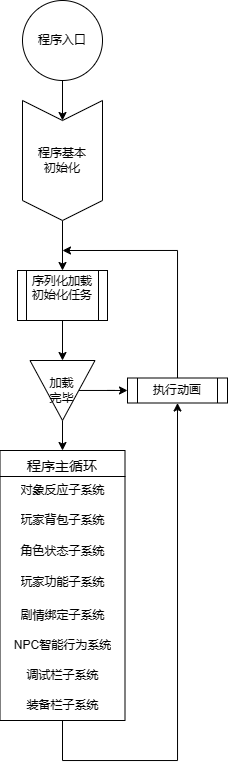
The draw.io diagram 游戏框架/未命名绘图.drawio.png in AliceAuto/-Funcode-, before a commit. Source tidied: cells renumbered, new cells last; positions are measured from the earlier drawing's top-left corner, leaving out a move shared by most shapes.
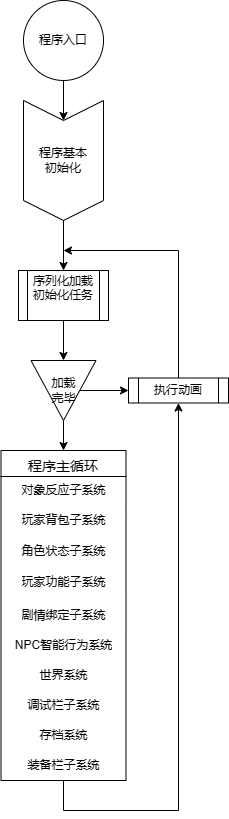
The same diagram one commit later.

Commit message:
更新未命名绘图.drawio.png

The edit, as a diff of the source:
```diff
@@ -17,8 +17,8 @@
     <mxCell id="6" style="edgeStyle=orthogonalEdgeStyle;rounded=0;jettySize=auto;html=1;entryX=0.5;entryY=1;entryDx=0;entryDy=0;exitX=0.5;exitY=1;exitDx=0;exitDy=0;" parent="1" edge="1" source="20" target="9">
       <mxGeometry relative="1" as="geometry">
         <Array as="points">
-          <mxPoint x="62" y="760" />
-          <mxPoint x="177" y="760" />
+          <mxPoint x="62" y="810" />
+          <mxPoint x="177" y="810" />
         </Array>
       </mxGeometry>
     </mxCell>
@@ -45,7 +45,7 @@
       </mxGeometry>
     </mxCell>
     <mxCell id="12" value="程序主循环" style="swimlane;fontStyle=0;horizontal=1;startSize=26;align=center;fontSize=14;spacingTop=4;" parent="1" vertex="1">
-      <mxGeometry x="-0.5" y="450" width="125" height="270" as="geometry" />
+      <mxGeometry x="-0.5" y="450" width="125" height="330" as="geometry" />
     </mxCell>
     <mxCell id="13" value="对象反应子系统" style="text;strokeColor=none;fillColor=none;spacingLeft=4;spacingRight=4;overflow=hidden;fontSize=12;whiteSpace=wrap;html=1;align=center;" parent="12" vertex="1">
       <mxGeometry y="26" width="125" height="30" as="geometry" />
@@ -65,11 +65,17 @@
     <mxCell id="18" value="NPC智能行为系统" style="text;strokeColor=none;fillColor=none;align=center;verticalAlign=middle;spacingLeft=4;spacingRight=4;overflow=hidden;whiteSpace=wrap;html=1;" parent="12" vertex="1">
       <mxGeometry y="180" width="125" height="30" as="geometry" />
     </mxCell>
+    <mxCell id="23" value="世界系统" style="text;html=1;align=center;verticalAlign=middle;whiteSpace=wrap;rounded=0;spacingRight=4;spacingLeft=4;" parent="12" vertex="1">
+      <mxGeometry y="210" width="125" height="30" as="geometry" />
+    </mxCell>
     <mxCell id="19" value="调试栏子系统" style="text;html=1;align=center;verticalAlign=middle;whiteSpace=wrap;rounded=0;spacingLeft=4;spacingRight=4;" parent="12" vertex="1">
-      <mxGeometry y="210" width="125" height="30" as="geometry" />
+      <mxGeometry y="240" width="125" height="30" as="geometry" />
     </mxCell>
+    <mxCell id="24" value="存档系统" style="text;html=1;align=center;verticalAlign=middle;whiteSpace=wrap;rounded=0;spacingRight=4;spacingLeft=4;" parent="12" vertex="1">
+      <mxGeometry y="270" width="125" height="30" as="geometry" />
+    </mxCell>
     <mxCell id="20" value="装备栏子系统" style="text;html=1;align=center;verticalAlign=middle;whiteSpace=wrap;rounded=0;spacingLeft=4;spacingRight=4;" parent="12" vertex="1">
-      <mxGeometry y="240" width="125" height="30" as="geometry" />
+      <mxGeometry y="300" width="125" height="30" as="geometry" />
     </mxCell>
     <mxCell id="21" style="edgeStyle=orthogonalEdgeStyle;rounded=0;jettySize=auto;html=1;" parent="1" edge="1" source="22" target="9">
       <mxGeometry relative="1" as="geometry" />
```
